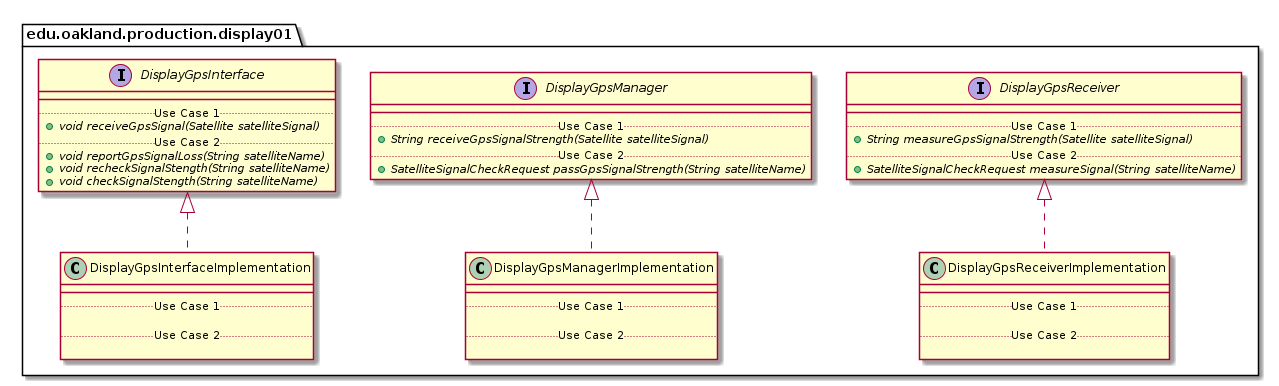
elilley15/csi-3370-software-project keeps this PlantUML diagram as docs/uml-class-diagrams/display01/production/Display01ProductionPackage_InternalDependencies.png. Above is the earlier version.
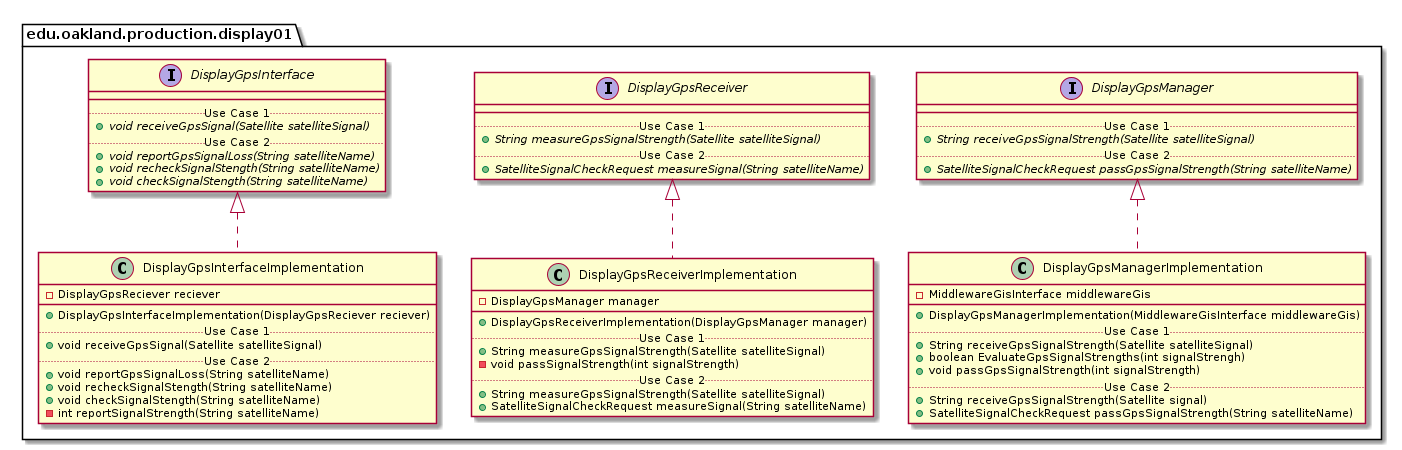
The same diagram one commit later.

What changed in the source:
```diff
@@ -19,17 +19,6 @@
 
 
 package edu.oakland.production.display01 {
-    interface DisplayGpsManager {
-        __
-        .. Use Case 1 ..
-        {abstract} + String receiveGpsSignalStrength(Satellite satelliteSignal)
-        .. Use Case 2 ..
-        {abstract} + SatelliteSignalCheckRequest passGpsSignalStrength(String satelliteName)
-    }
-}
-
-
-package edu.oakland.production.display01 {
     interface DisplayGpsReceiver {
         __
         .. Use Case 1 ..
@@ -41,12 +30,29 @@
 
 
 package edu.oakland.production.display01 {
-    class DisplayGpsInterfaceImplementation {
+    interface DisplayGpsManager {
         __
         .. Use Case 1 ..
+        {abstract} + String receiveGpsSignalStrength(Satellite satelliteSignal)
+        .. Use Case 2 ..
+        {abstract} + SatelliteSignalCheckRequest passGpsSignalStrength(String satelliteName)
+    }
+}
 
+
+
+package edu.oakland.production.display01 {
+    class DisplayGpsInterfaceImplementation {
+        - DisplayGpsReciever reciever
+        __
+        + DisplayGpsInterfaceImplementation(DisplayGpsReciever reciever)
+        .. Use Case 1 ..
+        + void receiveGpsSignal(Satellite satelliteSignal)
         .. Use Case 2 ..
-
+        + void reportGpsSignalLoss(String satelliteName)
+        + void recheckSignalStength(String satelliteName)
+        + void checkSignalStength(String satelliteName)
+        - int reportSignalStrength(String satelliteName)
     }
 }
 
@@ -54,29 +60,38 @@
 DisplayGpsInterfaceImplementation .up.|> DisplayGpsInterface
 
 package edu.oakland.production.display01 {
-    class DisplayGpsManagerImplementation {
+    class DisplayGpsReceiverImplementation {
+        - DisplayGpsManager manager
         __
+        + DisplayGpsReceiverImplementation(DisplayGpsManager manager)
         .. Use Case 1 ..
+        + String measureGpsSignalStrength(Satellite satelliteSignal)
+        - void passSignalStrength(int signalStrength)
+        .. Use Case 2 ..
+        + String measureGpsSignalStrength(Satellite satelliteSignal)
+        + SatelliteSignalCheckRequest measureSignal(String satelliteName)
+    }
+}
 
-        .. Use Case 2 ..
 
+DisplayGpsReceiverImplementation .up.|> DisplayGpsReceiver
+
+package edu.oakland.production.display01 {
+  class DisplayGpsManagerImplementation {
+    - MiddlewareGisInterface middlewareGis
+   __
+    + DisplayGpsManagerImplementation(MiddlewareGisInterface middlewareGis)
+    .. Use Case 1 ..
+    + String receiveGpsSignalStrength(Satellite satelliteSignal)
+    + boolean EvaluateGpsSignalStrengths(int signalStrengh)
+    + void passGpsSignalStrength(int signalStrength)
+    .. Use Case 2 ..
+    + String receiveGpsSignalStrength(Satellite signal)
+    + SatelliteSignalCheckRequest passGpsSignalStrength(String satelliteName)
     }
 }
 
 
 DisplayGpsManagerImplementation .up.|> DisplayGpsManager
 
-package edu.oakland.production.display01 {
-    class DisplayGpsReceiverImplementation {
-        __
-        .. Use Case 1 ..
-
-        .. Use Case 2 ..
-
-    }
-}
-
-
-DisplayGpsReceiverImplementation .up.|> DisplayGpsReceiver
-
 @enduml
```
